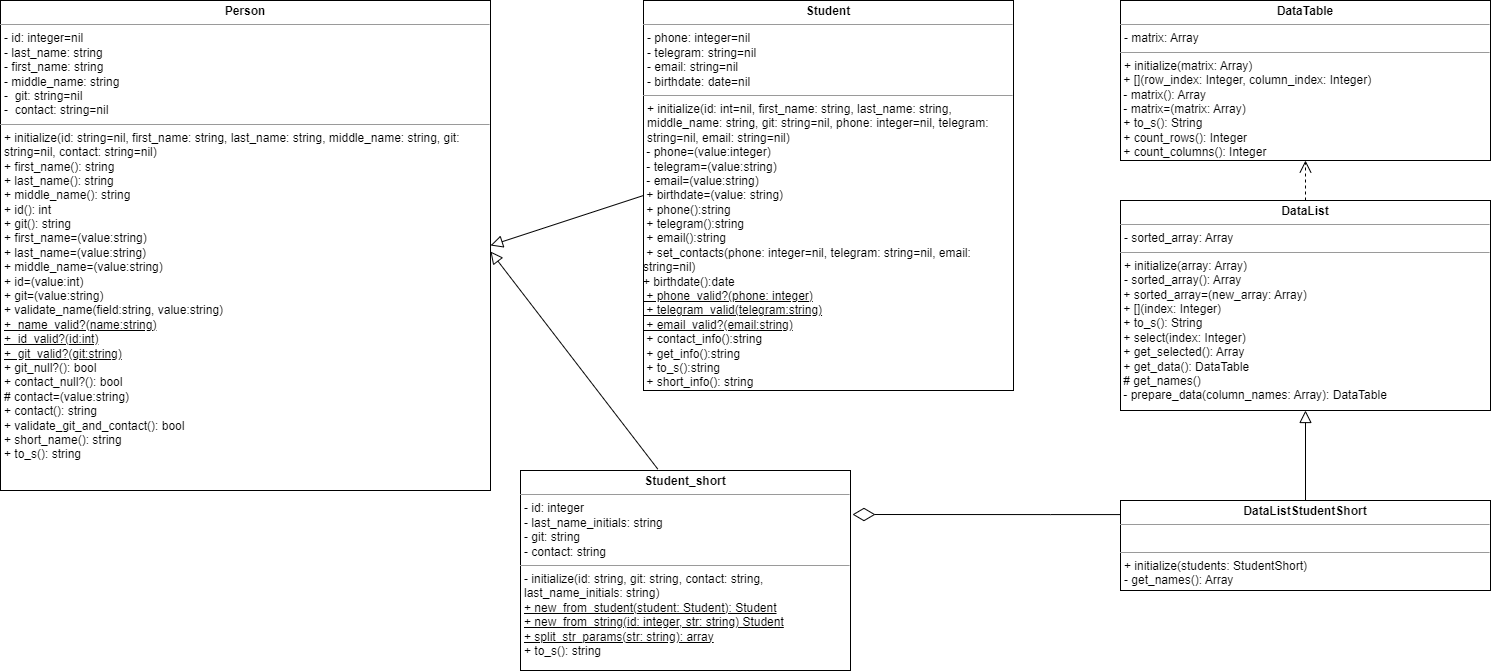
Earlier version of the draw.io export patterns_classes/class_diagram.png (sdnezz/Programming-patterns). Source tidied: cells renumbered, new cells last; positions are measured from the earlier drawing's top-left corner, leaving out a move shared by most shapes. Source of this version:
```xml
<mxGraphModel>
  <root>
    <mxCell id="0" />
    <mxCell id="1" parent="0" />
    <mxCell id="2" value="&lt;p style=&quot;margin:0px;margin-top:4px;text-align:center;&quot;&gt;&lt;b&gt;Person&lt;/b&gt;&lt;/p&gt;&lt;hr size=&quot;1&quot;&gt;&lt;p style=&quot;margin:0px;margin-left:4px;&quot;&gt;- id: integer=nil&lt;/p&gt;&lt;p style=&quot;margin:0px;margin-left:4px;&quot;&gt;- last_name: string&lt;/p&gt;&lt;p style=&quot;margin:0px;margin-left:4px;&quot;&gt;- first_name: string&lt;/p&gt;&lt;p style=&quot;margin:0px;margin-left:4px;&quot;&gt;- middle_name: string&lt;/p&gt;&lt;p style=&quot;margin:0px;margin-left:4px;&quot;&gt;-&amp;nbsp; git: string=nil&lt;/p&gt;&lt;p style=&quot;margin:0px;margin-left:4px;&quot;&gt;-&amp;nbsp; contact: string=nil&lt;/p&gt;&lt;hr size=&quot;1&quot;&gt;&lt;p style=&quot;margin:0px;margin-left:4px;&quot;&gt;+ initialize(id: string=nil, first_name: string, last_name: string, middle_name: string, git: string=nil, contact: string=nil)&lt;/p&gt;&lt;p style=&quot;border-color: var(--border-color); margin: 0px 0px 0px 4px;&quot;&gt;+ first_name(): string&lt;/p&gt;&lt;p style=&quot;border-color: var(--border-color); margin: 0px 0px 0px 4px;&quot;&gt;+ last_name(): string&lt;/p&gt;&lt;p style=&quot;border-color: var(--border-color); margin: 0px 0px 0px 4px;&quot;&gt;+ middle_name(): string&lt;/p&gt;&lt;p style=&quot;border-color: var(--border-color); margin: 0px 0px 0px 4px;&quot;&gt;+ id(): int&lt;/p&gt;&lt;p style=&quot;border-color: var(--border-color); margin: 0px 0px 0px 4px;&quot;&gt;+ git(): string&lt;/p&gt;&lt;p style=&quot;margin:0px;margin-left:4px;&quot;&gt;+ first_name=(value:string)&lt;/p&gt;&lt;p style=&quot;margin:0px;margin-left:4px;&quot;&gt;+ last_name=(value:string)&lt;/p&gt;&lt;p style=&quot;margin:0px;margin-left:4px;&quot;&gt;+ middle_name=(value:string)&lt;/p&gt;&lt;p style=&quot;margin:0px;margin-left:4px;&quot;&gt;+ id=(value:int)&lt;/p&gt;&lt;p style=&quot;margin:0px;margin-left:4px;&quot;&gt;+ git=(value:string)&lt;/p&gt;&lt;p style=&quot;margin:0px;margin-left:4px;&quot;&gt;+ validate_name(field:string, value:string)&lt;/p&gt;&lt;p style=&quot;margin:0px;margin-left:4px;&quot;&gt;&lt;u&gt;+&amp;nbsp; name_valid?(name:string)&lt;/u&gt;&lt;/p&gt;&lt;p style=&quot;margin:0px;margin-left:4px;&quot;&gt;&lt;u&gt;+&amp;nbsp; id_valid?(id:int)&lt;/u&gt;&lt;/p&gt;&lt;p style=&quot;margin:0px;margin-left:4px;&quot;&gt;&lt;u&gt;+&amp;nbsp; git_valid?(git:string)&lt;/u&gt;&lt;/p&gt;&lt;p style=&quot;margin:0px;margin-left:4px;&quot;&gt;+ git_null?(): bool&lt;/p&gt;&lt;p style=&quot;margin:0px;margin-left:4px;&quot;&gt;+ contact_null?(): bool&lt;/p&gt;&lt;p style=&quot;margin:0px;margin-left:4px;&quot;&gt;# contact=(value:string)&lt;/p&gt;&lt;p style=&quot;margin:0px;margin-left:4px;&quot;&gt;+ contact(): string&lt;/p&gt;&lt;p style=&quot;margin:0px;margin-left:4px;&quot;&gt;+ validate_git_and_contact(): bool&lt;/p&gt;&lt;p style=&quot;margin:0px;margin-left:4px;&quot;&gt;+&amp;nbsp;short_name(): string&lt;/p&gt;&lt;p style=&quot;margin:0px;margin-left:4px;&quot;&gt;+&amp;nbsp;to_s(): string&lt;/p&gt;&lt;p style=&quot;margin:0px;margin-left:4px;&quot;&gt;&lt;br&gt;&lt;/p&gt;" style="verticalAlign=top;align=left;overflow=fill;fontSize=12;fontFamily=Helvetica;html=1;whiteSpace=wrap;" parent="1" vertex="1">
      <mxGeometry width="490" height="490" as="geometry" />
    </mxCell>
    <mxCell id="3" value="&lt;p style=&quot;margin:0px;margin-top:4px;text-align:center;&quot;&gt;&lt;b&gt;Student&lt;/b&gt;&lt;/p&gt;&lt;hr size=&quot;1&quot;&gt;&lt;p style=&quot;margin:0px;margin-left:4px;&quot;&gt;- phone: integer=nil&lt;/p&gt;&lt;p style=&quot;margin:0px;margin-left:4px;&quot;&gt;- telegram: string=nil&lt;/p&gt;&lt;p style=&quot;margin:0px;margin-left:4px;&quot;&gt;- email: string=nil&lt;/p&gt;&lt;p style=&quot;margin:0px;margin-left:4px;&quot;&gt;- birthdate: date=nil&lt;/p&gt;&lt;hr size=&quot;1&quot;&gt;&lt;p style=&quot;margin:0px;margin-left:4px;&quot;&gt;+ initialize(id: int=nil, first_name: string, last_name: string, middle_name: string, git: string=nil, phone: integer=nil, telegram: string=nil, email: string=nil)&lt;/p&gt;&lt;span style=&quot;background-color: initial;&quot;&gt;&amp;nbsp;- phone=(value:integer)&lt;/span&gt;&lt;br&gt;&lt;span style=&quot;background-color: initial;&quot;&gt;&amp;nbsp;- telegram=(value:string)&lt;/span&gt;&lt;br&gt;&lt;span style=&quot;background-color: initial;&quot;&gt;&amp;nbsp;- email=(value:string)&lt;br&gt;&amp;nbsp;+ birthdate=(value: string)&lt;br&gt;&lt;/span&gt;&amp;nbsp;+ phone():string&lt;br style=&quot;border-color: var(--border-color);&quot;&gt;&lt;span style=&quot;border-color: var(--border-color); background-color: initial;&quot;&gt;&amp;nbsp;+ telegram():string&lt;/span&gt;&lt;br style=&quot;border-color: var(--border-color);&quot;&gt;&lt;span style=&quot;border-color: var(--border-color); background-color: initial;&quot;&gt;&amp;nbsp;+ email():string&lt;/span&gt;&lt;br&gt;&lt;span style=&quot;background-color: initial;&quot;&gt;&amp;nbsp;+ set_contacts(phone: integer=nil, telegram: string=nil, email: string=nil)&lt;br&gt;&lt;/span&gt;+ birthdate():date&lt;br&gt;&lt;u&gt;&lt;span style=&quot;background-color: initial;&quot;&gt;&amp;nbsp;+ phone_valid?(phone: integer)&lt;/span&gt;&lt;br&gt;&lt;span style=&quot;background-color: initial;&quot;&gt;&amp;nbsp;+ telegram_valid(telegram:string)&lt;/span&gt;&lt;br&gt;&lt;span style=&quot;background-color: initial;&quot;&gt;&amp;nbsp;+ email_valid?(email:string)&lt;/span&gt;&lt;/u&gt;&lt;br&gt;&lt;span style=&quot;background-color: initial;&quot;&gt;&amp;nbsp;+ contact_info():string&lt;/span&gt;&lt;br&gt;&lt;span style=&quot;background-color: initial;&quot;&gt;&amp;nbsp;+ get_info():string&lt;/span&gt;&lt;br&gt;&lt;span style=&quot;background-color: initial;&quot;&gt;&amp;nbsp;+ to_s():string&lt;/span&gt;&lt;br&gt;&lt;span style=&quot;background-color: initial;&quot;&gt;&amp;nbsp;+ short_info(): string&lt;/span&gt;" style="verticalAlign=top;align=left;overflow=fill;fontSize=12;fontFamily=Helvetica;html=1;whiteSpace=wrap;" parent="1" vertex="1">
      <mxGeometry x="643" width="370" height="390" as="geometry" />
    </mxCell>
    <mxCell id="4" value="&lt;p style=&quot;margin:0px;margin-top:4px;text-align:center;&quot;&gt;&lt;b&gt;Student_short&lt;/b&gt;&lt;/p&gt;&lt;hr size=&quot;1&quot;&gt;&lt;p style=&quot;margin:0px;margin-left:4px;&quot;&gt;- id: integer&lt;/p&gt;&lt;p style=&quot;margin:0px;margin-left:4px;&quot;&gt;- last_name_initials: string&lt;/p&gt;&lt;p style=&quot;margin:0px;margin-left:4px;&quot;&gt;- git: string&lt;/p&gt;&lt;p style=&quot;margin:0px;margin-left:4px;&quot;&gt;- contact: string&lt;/p&gt;&lt;hr size=&quot;1&quot;&gt;&lt;p style=&quot;margin:0px;margin-left:4px;&quot;&gt;- initialize(id: string, git: string, contact: string, last_name_initials: string)&lt;/p&gt;&lt;p style=&quot;margin:0px;margin-left:4px;&quot;&gt;&lt;u&gt;+ new_from_student(student: Student): Student&lt;/u&gt;&lt;/p&gt;&lt;p style=&quot;margin:0px;margin-left:4px;&quot;&gt;&lt;u&gt;+ new_from_string(id: integer, str: string) Student&lt;/u&gt;&lt;/p&gt;&lt;p style=&quot;margin:0px;margin-left:4px;&quot;&gt;&lt;u&gt;+ split_str_params(str: string): array&lt;/u&gt;&lt;/p&gt;&lt;p style=&quot;margin:0px;margin-left:4px;&quot;&gt;+ to_s(): string&lt;/p&gt;" style="verticalAlign=top;align=left;overflow=fill;fontSize=12;fontFamily=Helvetica;html=1;whiteSpace=wrap;" parent="1" vertex="1">
      <mxGeometry x="520" y="470" width="330" height="200" as="geometry" />
    </mxCell>
    <mxCell id="5" style="endArrow=none;html=1;rounded=0;entryX=0;entryY=0.5;entryDx=0;entryDy=0;exitX=1;exitY=0.5;exitDx=0;exitDy=0;endFill=0;startArrow=block;startFill=0;startSize=10;" parent="1" edge="1" source="2" target="3">
      <mxGeometry relative="1" as="geometry" />
    </mxCell>
    <mxCell id="6" style="endArrow=none;html=1;rounded=0;entryX=0.416;entryY=-0.007;entryDx=0;entryDy=0;exitX=1;exitY=0.5;exitDx=0;exitDy=0;startArrow=block;startFill=0;endFill=0;strokeColor=#080808;entryPerimeter=0;endSize=10;targetPerimeterSpacing=9;sourcePerimeterSpacing=2;startSize=10;" parent="1" edge="1" target="4">
      <mxGeometry relative="1" as="geometry">
        <mxPoint x="490" y="251" as="sourcePoint" />
      </mxGeometry>
    </mxCell>
    <mxCell id="7" value="&lt;p style=&quot;margin:0px;margin-top:4px;text-align:center;&quot;&gt;&lt;b&gt;DataTable&lt;/b&gt;&lt;/p&gt;&lt;hr size=&quot;1&quot;&gt;&lt;p style=&quot;margin:0px;margin-left:4px;&quot;&gt;- matrix: Array&lt;/p&gt;&lt;hr size=&quot;1&quot;&gt;&lt;p style=&quot;margin:0px;margin-left:4px;&quot;&gt;+ initialize(matrix: Array)&lt;/p&gt;&lt;span style=&quot;background-color: initial;&quot;&gt;&amp;nbsp;+ [](row_index: Integer, column_index: Integer)&lt;br&gt;&lt;/span&gt;&amp;nbsp;- matrix(): Array&lt;br&gt;&amp;nbsp;- matrix=(matrix: Array)&lt;br&gt;&lt;span style=&quot;background-color: initial;&quot;&gt;&amp;nbsp;+ to_s(): String&lt;/span&gt;&lt;br&gt;&lt;span style=&quot;background-color: initial;&quot;&gt;&amp;nbsp;+ count_rows(): Integer&lt;br&gt;&amp;nbsp;+ count_columns(): Integer&lt;br&gt;&amp;nbsp;&lt;br&gt;&lt;/span&gt;" style="verticalAlign=top;align=left;overflow=fill;fontSize=12;fontFamily=Helvetica;html=1;whiteSpace=wrap;" parent="1" vertex="1">
      <mxGeometry x="1120" width="370" height="160" as="geometry" />
    </mxCell>
    <mxCell id="8" style="edgeStyle=orthogonalEdgeStyle;rounded=0;jettySize=auto;html=1;dashed=1;endArrow=open;endFill=0;endSize=10;" parent="1" edge="1" source="9" target="7">
      <mxGeometry relative="1" as="geometry" />
    </mxCell>
    <mxCell id="9" value="&lt;p style=&quot;margin:0px;margin-top:4px;text-align:center;&quot;&gt;&lt;b&gt;DataList&lt;/b&gt;&lt;/p&gt;&lt;hr size=&quot;1&quot;&gt;&lt;p style=&quot;margin:0px;margin-left:4px;&quot;&gt;- sorted_array: Array&lt;/p&gt;&lt;hr size=&quot;1&quot;&gt;&lt;p style=&quot;margin:0px;margin-left:4px;&quot;&gt;+ initialize(array: Array)&lt;/p&gt;&lt;p style=&quot;margin:0px;margin-left:4px;&quot;&gt;- sorted_array(): Array&lt;/p&gt;&lt;span style=&quot;background-color: initial;&quot;&gt;&amp;nbsp;+ sorted_array=(new_array: Array)&lt;/span&gt;&lt;span style=&quot;background-color: initial;&quot;&gt;&lt;br&gt;&amp;nbsp;+ [](index: Integer)&lt;br&gt;&amp;nbsp;+ to_s(): String&lt;br&gt;&amp;nbsp;+ select(index: Integer)&lt;br&gt;&amp;nbsp;+ get_selected(): Array&lt;br&gt;&amp;nbsp;+ get_data(): DataTable&lt;br&gt;&amp;nbsp;# get_names()&lt;br&gt;&amp;nbsp;- prepare_data(column_names: Array): DataTable&lt;br&gt;&lt;br&gt;&lt;/span&gt;" style="verticalAlign=top;align=left;overflow=fill;fontSize=12;fontFamily=Helvetica;html=1;whiteSpace=wrap;" parent="1" vertex="1">
      <mxGeometry x="1120" y="200" width="370" height="210" as="geometry" />
    </mxCell>
    <mxCell id="10" style="edgeStyle=orthogonalEdgeStyle;rounded=0;jettySize=auto;html=1;endArrow=block;endFill=0;endSize=10;" parent="1" edge="1" source="11" target="9">
      <mxGeometry relative="1" as="geometry" />
    </mxCell>
    <mxCell id="11" value="&lt;p style=&quot;margin:0px;margin-top:4px;text-align:center;&quot;&gt;&lt;b&gt;DataListStudentShort&lt;/b&gt;&lt;/p&gt;&lt;hr size=&quot;1&quot;&gt;&lt;p style=&quot;margin:0px;margin-left:4px;&quot;&gt;&lt;br&gt;&lt;/p&gt;&lt;hr size=&quot;1&quot;&gt;&lt;p style=&quot;margin:0px;margin-left:4px;&quot;&gt;+ initialize(students: StudentShort)&lt;/p&gt;&lt;p style=&quot;margin:0px;margin-left:4px;&quot;&gt;- get_names(): Array&lt;/p&gt;&lt;span style=&quot;background-color: initial;&quot;&gt;&lt;br&gt;&lt;br&gt;&lt;/span&gt;" style="verticalAlign=top;align=left;overflow=fill;fontSize=12;fontFamily=Helvetica;html=1;whiteSpace=wrap;" parent="1" vertex="1">
      <mxGeometry x="1120" y="500" width="370" height="90" as="geometry" />
    </mxCell>
    <mxCell id="12" style="edgeStyle=orthogonalEdgeStyle;rounded=0;jettySize=auto;html=1;entryX=1.006;entryY=0.22;entryDx=0;entryDy=0;entryPerimeter=0;endArrow=diamondThin;endFill=0;endSize=20;" parent="1" edge="1" source="11" target="4">
      <mxGeometry relative="1" as="geometry">
        <Array as="points">
          <mxPoint x="1050" y="514" />
          <mxPoint x="1050" y="514" />
        </Array>
      </mxGeometry>
    </mxCell>
  </root>
</mxGraphModel>
```
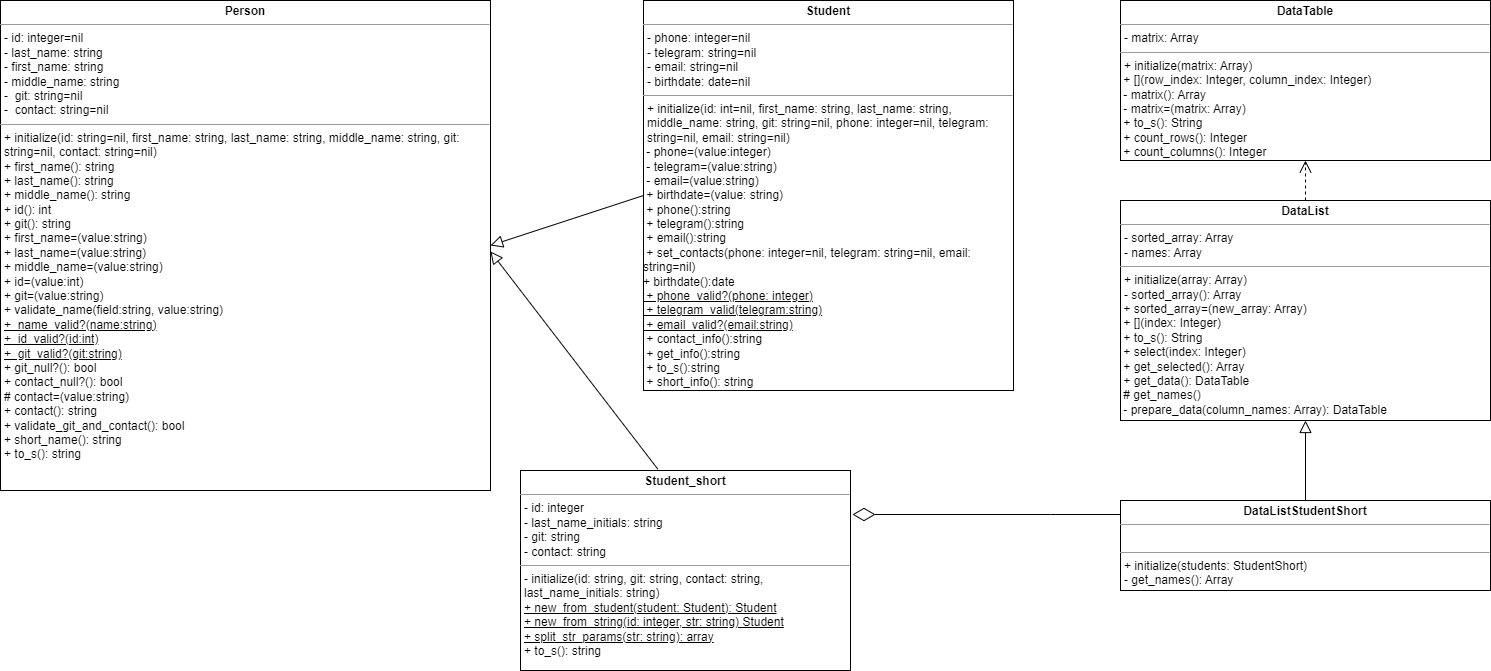
After the change.

Commit message:
LR4 (1.9) - Corrected pattern pattern (added names field)

Change to the diagram source:
```diff
@@ -25,8 +25,8 @@
     <mxCell id="8" style="edgeStyle=orthogonalEdgeStyle;rounded=0;jettySize=auto;html=1;dashed=1;endArrow=open;endFill=0;endSize=10;" parent="1" edge="1" source="9" target="7">
       <mxGeometry relative="1" as="geometry" />
     </mxCell>
-    <mxCell id="9" value="&lt;p style=&quot;margin:0px;margin-top:4px;text-align:center;&quot;&gt;&lt;b&gt;DataList&lt;/b&gt;&lt;/p&gt;&lt;hr size=&quot;1&quot;&gt;&lt;p style=&quot;margin:0px;margin-left:4px;&quot;&gt;- sorted_array: Array&lt;/p&gt;&lt;hr size=&quot;1&quot;&gt;&lt;p style=&quot;margin:0px;margin-left:4px;&quot;&gt;+ initialize(array: Array)&lt;/p&gt;&lt;p style=&quot;margin:0px;margin-left:4px;&quot;&gt;- sorted_array(): Array&lt;/p&gt;&lt;span style=&quot;background-color: initial;&quot;&gt;&amp;nbsp;+ sorted_array=(new_array: Array)&lt;/span&gt;&lt;span style=&quot;background-color: initial;&quot;&gt;&lt;br&gt;&amp;nbsp;+ [](index: Integer)&lt;br&gt;&amp;nbsp;+ to_s(): String&lt;br&gt;&amp;nbsp;+ select(index: Integer)&lt;br&gt;&amp;nbsp;+ get_selected(): Array&lt;br&gt;&amp;nbsp;+ get_data(): DataTable&lt;br&gt;&amp;nbsp;# get_names()&lt;br&gt;&amp;nbsp;- prepare_data(column_names: Array): DataTable&lt;br&gt;&lt;br&gt;&lt;/span&gt;" style="verticalAlign=top;align=left;overflow=fill;fontSize=12;fontFamily=Helvetica;html=1;whiteSpace=wrap;" parent="1" vertex="1">
-      <mxGeometry x="1120" y="200" width="370" height="210" as="geometry" />
+    <mxCell id="9" value="&lt;p style=&quot;margin:0px;margin-top:4px;text-align:center;&quot;&gt;&lt;b&gt;DataList&lt;/b&gt;&lt;/p&gt;&lt;hr size=&quot;1&quot;&gt;&lt;p style=&quot;margin:0px;margin-left:4px;&quot;&gt;- sorted_array: Array&lt;/p&gt;&lt;p style=&quot;margin:0px;margin-left:4px;&quot;&gt;- names: Array&lt;/p&gt;&lt;hr size=&quot;1&quot;&gt;&lt;p style=&quot;margin:0px;margin-left:4px;&quot;&gt;+ initialize(array: Array)&lt;/p&gt;&lt;p style=&quot;margin:0px;margin-left:4px;&quot;&gt;- sorted_array(): Array&lt;/p&gt;&lt;span style=&quot;background-color: initial;&quot;&gt;&amp;nbsp;+ sorted_array=(new_array: Array)&lt;/span&gt;&lt;span style=&quot;background-color: initial;&quot;&gt;&lt;br&gt;&amp;nbsp;+ [](index: Integer)&lt;br&gt;&amp;nbsp;+ to_s(): String&lt;br&gt;&amp;nbsp;+ select(index: Integer)&lt;br&gt;&amp;nbsp;+ get_selected(): Array&lt;br&gt;&amp;nbsp;+ get_data(): DataTable&lt;br&gt;&amp;nbsp;# get_names()&lt;br&gt;&amp;nbsp;- prepare_data(column_names: Array): DataTable&lt;br&gt;&lt;br&gt;&lt;/span&gt;" style="verticalAlign=top;align=left;overflow=fill;fontSize=12;fontFamily=Helvetica;html=1;whiteSpace=wrap;" parent="1" vertex="1">
+      <mxGeometry x="1120" y="200" width="370" height="220" as="geometry" />
     </mxCell>
     <mxCell id="10" style="edgeStyle=orthogonalEdgeStyle;rounded=0;jettySize=auto;html=1;endArrow=block;endFill=0;endSize=10;" parent="1" edge="1" source="11" target="9">
       <mxGeometry relative="1" as="geometry" />
```
